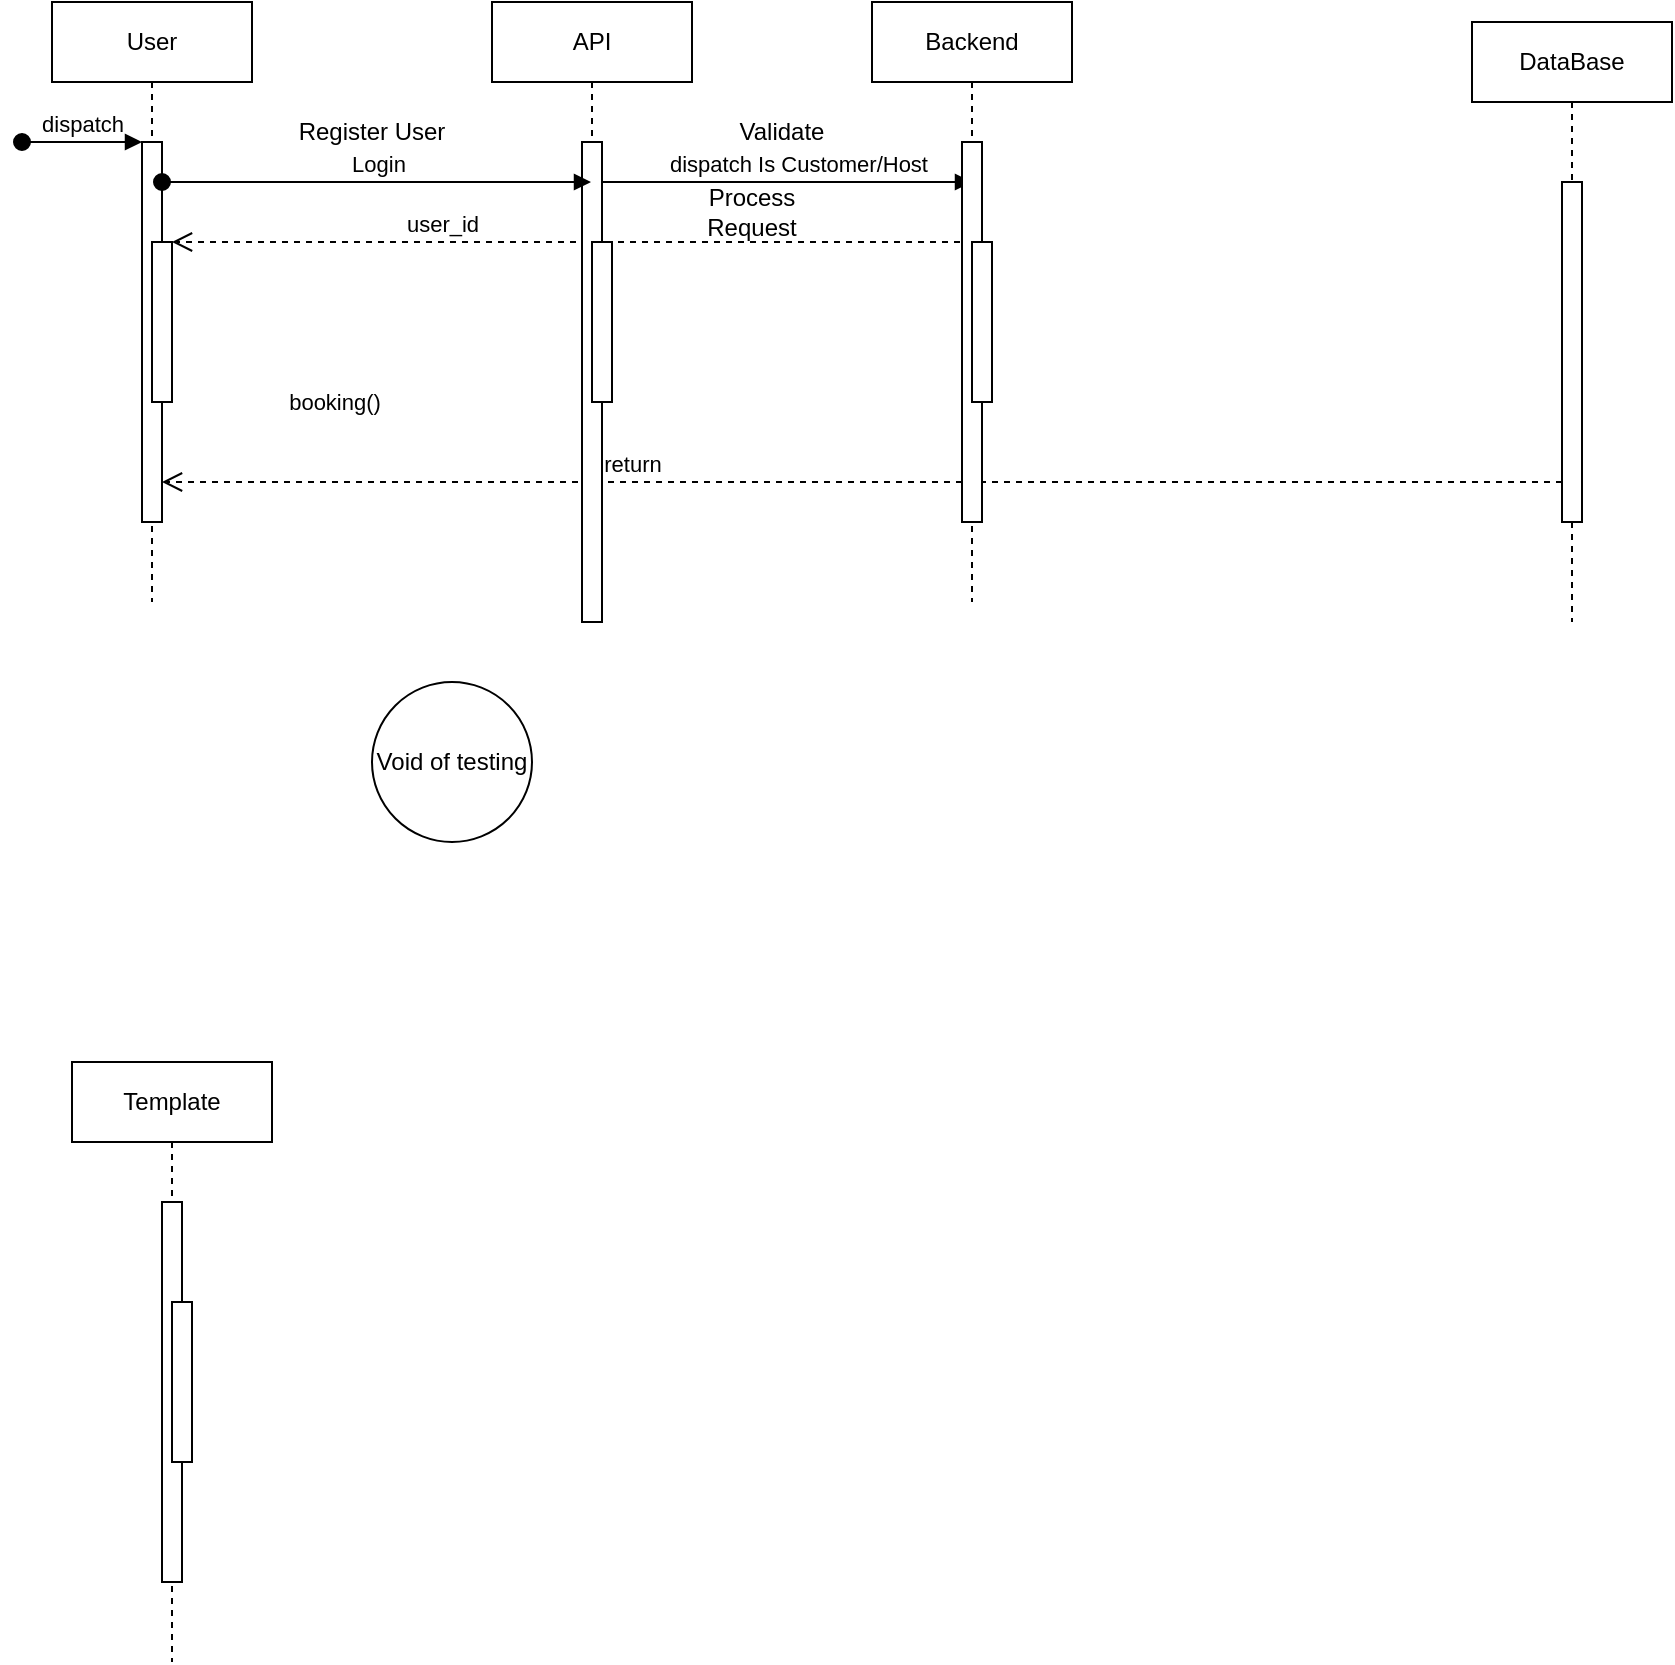
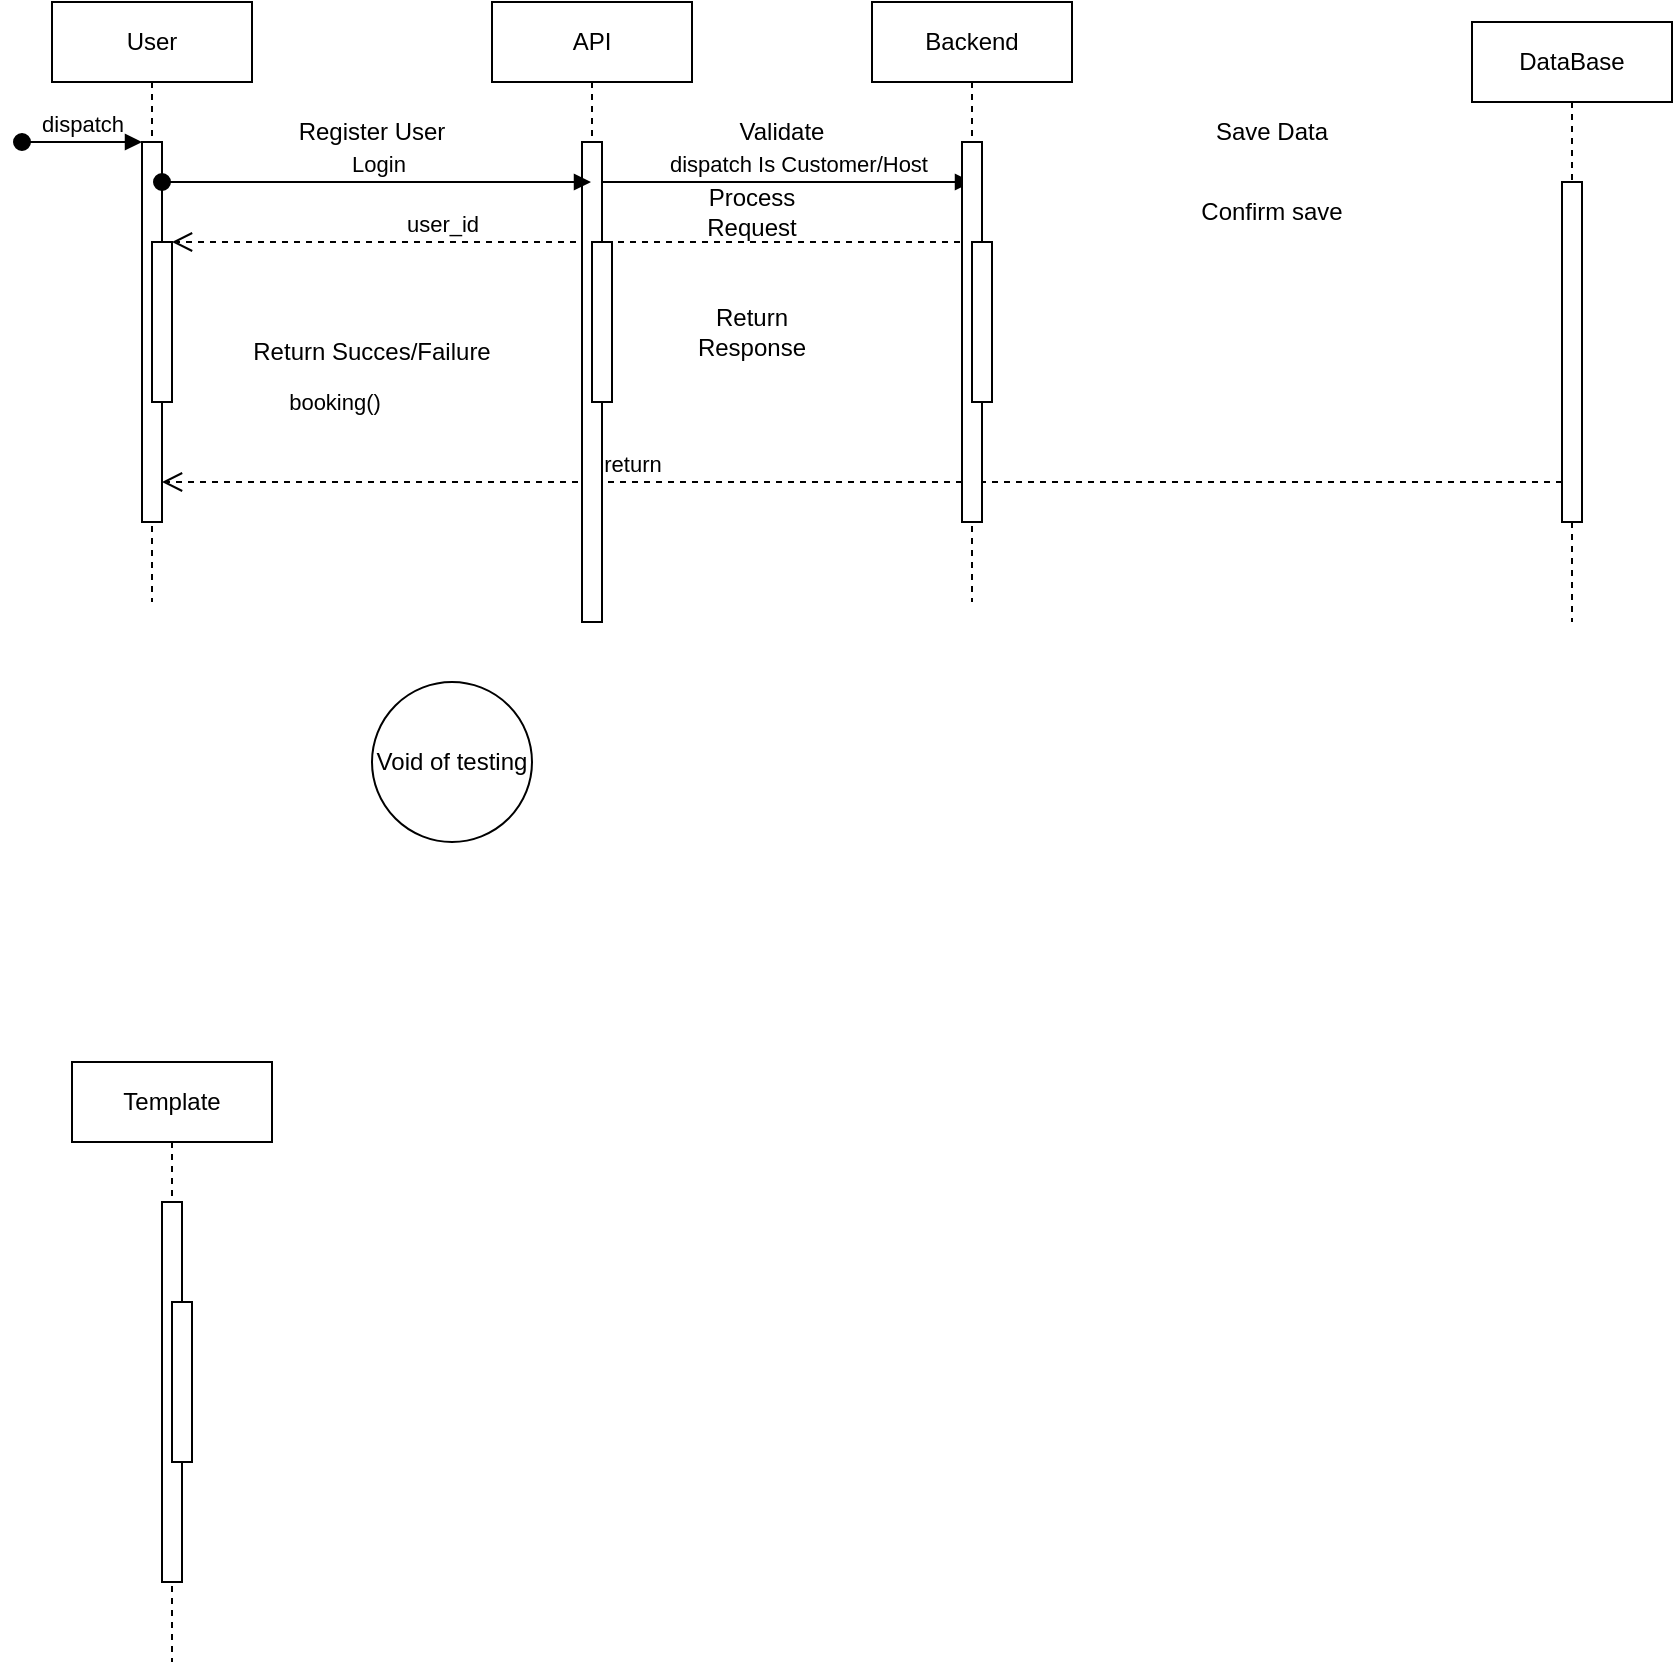
<mxfile host="app.diagrams.net" agent="5.0 (Macintosh; Intel Mac OS X 10_15_7) AppleWebKit/537.36 (KHTML, like Gecko) Chrome/109.0.0.0 Safari/537.36">
  <diagram name="Page-1" id="2YBvvXClWsGukQMizWep">
-     <mxGraphModel dx="601" dy="737" grid="1" gridSize="10" guides="1" tooltips="1" connect="1" arrows="1" fold="1" page="1" pageScale="1" pageWidth="850" pageHeight="1100" math="0" shadow="0">
+     <mxGraphModel dx="1090" dy="908" grid="1" gridSize="10" guides="1" tooltips="1" connect="1" arrows="1" fold="1" page="1" pageScale="1" pageWidth="850" pageHeight="1100" math="0" shadow="0">
      <root>
        <mxCell id="0" />
        <mxCell id="1" parent="0" />
        <mxCell id="aM9ryv3xv72pqoxQDRHE-1" parent="1" style="shape=umlLifeline;perimeter=lifelinePerimeter;whiteSpace=wrap;html=1;container=0;dropTarget=0;collapsible=0;recursiveResize=0;outlineConnect=0;portConstraint=eastwest;newEdgeStyle={&quot;edgeStyle&quot;:&quot;elbowEdgeStyle&quot;,&quot;elbow&quot;:&quot;vertical&quot;,&quot;curved&quot;:0,&quot;rounded&quot;:0};" value="User" vertex="1">
          <mxGeometry height="300" width="100" x="30" y="40" as="geometry" />
        </mxCell>
        <mxCell id="aM9ryv3xv72pqoxQDRHE-2" parent="aM9ryv3xv72pqoxQDRHE-1" style="html=1;points=[];perimeter=orthogonalPerimeter;outlineConnect=0;targetShapes=umlLifeline;portConstraint=eastwest;newEdgeStyle={&quot;edgeStyle&quot;:&quot;elbowEdgeStyle&quot;,&quot;elbow&quot;:&quot;vertical&quot;,&quot;curved&quot;:0,&quot;rounded&quot;:0};" value="" vertex="1">
          <mxGeometry height="190" width="10" x="45" y="70" as="geometry" />
        </mxCell>
        <mxCell id="aM9ryv3xv72pqoxQDRHE-3" edge="1" parent="aM9ryv3xv72pqoxQDRHE-1" style="html=1;verticalAlign=bottom;startArrow=oval;endArrow=block;startSize=8;edgeStyle=elbowEdgeStyle;elbow=vertical;curved=0;rounded=0;" target="aM9ryv3xv72pqoxQDRHE-2" value="dispatch">
          <mxGeometry relative="1" as="geometry">
            <mxPoint x="-15" y="70" as="sourcePoint" />
          </mxGeometry>
        </mxCell>
        <mxCell id="aM9ryv3xv72pqoxQDRHE-4" parent="aM9ryv3xv72pqoxQDRHE-1" style="html=1;points=[];perimeter=orthogonalPerimeter;outlineConnect=0;targetShapes=umlLifeline;portConstraint=eastwest;newEdgeStyle={&quot;edgeStyle&quot;:&quot;elbowEdgeStyle&quot;,&quot;elbow&quot;:&quot;vertical&quot;,&quot;curved&quot;:0,&quot;rounded&quot;:0};" value="" vertex="1">
          <mxGeometry height="80" width="10" x="50" y="120" as="geometry" />
        </mxCell>
        <mxCell id="aM9ryv3xv72pqoxQDRHE-5" parent="1" style="shape=umlLifeline;perimeter=lifelinePerimeter;whiteSpace=wrap;html=1;container=0;dropTarget=0;collapsible=0;recursiveResize=0;outlineConnect=0;portConstraint=eastwest;newEdgeStyle={&quot;edgeStyle&quot;:&quot;elbowEdgeStyle&quot;,&quot;elbow&quot;:&quot;vertical&quot;,&quot;curved&quot;:0,&quot;rounded&quot;:0};" value="DataBase" vertex="1">
          <mxGeometry height="300" width="100" x="740" y="50" as="geometry" />
        </mxCell>
        <mxCell id="aM9ryv3xv72pqoxQDRHE-6" parent="aM9ryv3xv72pqoxQDRHE-5" style="html=1;points=[];perimeter=orthogonalPerimeter;outlineConnect=0;targetShapes=umlLifeline;portConstraint=eastwest;newEdgeStyle={&quot;edgeStyle&quot;:&quot;elbowEdgeStyle&quot;,&quot;elbow&quot;:&quot;vertical&quot;,&quot;curved&quot;:0,&quot;rounded&quot;:0};" value="" vertex="1">
          <mxGeometry height="170" width="10" x="45" y="80" as="geometry" />
        </mxCell>
        <mxCell id="aM9ryv3xv72pqoxQDRHE-7" edge="1" parent="1" source="7Z1T8ZwHcXeBXznP6D7j-6" style="html=1;verticalAlign=bottom;endArrow=block;edgeStyle=elbowEdgeStyle;elbow=vertical;curved=0;rounded=0;entryX=0.5;entryY=0.105;entryDx=0;entryDy=0;entryPerimeter=0;" target="7Z1T8ZwHcXeBXznP6D7j-10" value="dispatch Is Customer/Host">
          <mxGeometry relative="1" x="0.0616" as="geometry">
            <mxPoint as="offset" />
            <Array as="points">
              <mxPoint x="440" y="130" />
            </Array>
            <mxPoint x="195" y="130" as="sourcePoint" />
            <mxPoint x="480" y="130" as="targetPoint" />
          </mxGeometry>
        </mxCell>
        <mxCell id="SUudZ_YsPv13DbzPBlVf-1" connectable="0" parent="aM9ryv3xv72pqoxQDRHE-7" style="edgeLabel;html=1;align=center;verticalAlign=middle;resizable=0;points=[];" value="booking()" vertex="1">
          <mxGeometry relative="1" x="-0.6283" y="3" as="geometry">
            <mxPoint x="-169" y="113" as="offset" />
          </mxGeometry>
        </mxCell>
        <mxCell id="aM9ryv3xv72pqoxQDRHE-8" edge="1" parent="1" source="aM9ryv3xv72pqoxQDRHE-6" style="html=1;verticalAlign=bottom;endArrow=open;dashed=1;endSize=8;edgeStyle=elbowEdgeStyle;elbow=vertical;curved=0;rounded=0;" target="aM9ryv3xv72pqoxQDRHE-2" value="return">
          <mxGeometry relative="1" x="0.3286" as="geometry">
            <mxPoint as="offset" />
            <Array as="points">
              <mxPoint x="190" y="280" />
            </Array>
            <mxPoint x="195" y="205" as="targetPoint" />
          </mxGeometry>
        </mxCell>
        <mxCell id="aM9ryv3xv72pqoxQDRHE-10" edge="1" parent="1" source="7Z1T8ZwHcXeBXznP6D7j-11" style="html=1;verticalAlign=bottom;endArrow=open;dashed=1;endSize=8;edgeStyle=elbowEdgeStyle;elbow=vertical;curved=0;rounded=0;" target="aM9ryv3xv72pqoxQDRHE-4" value="user_id">
          <mxGeometry relative="1" x="0.325" as="geometry">
            <mxPoint as="offset" />
            <Array as="points">
              <mxPoint x="450" y="160" />
            </Array>
            <mxPoint x="550" y="160" as="sourcePoint" />
            <mxPoint x="140" y="160" as="targetPoint" />
          </mxGeometry>
        </mxCell>
        <mxCell id="7Z1T8ZwHcXeBXznP6D7j-5" parent="1" style="shape=umlLifeline;perimeter=lifelinePerimeter;whiteSpace=wrap;html=1;container=0;dropTarget=0;collapsible=0;recursiveResize=0;outlineConnect=0;portConstraint=eastwest;newEdgeStyle={&quot;edgeStyle&quot;:&quot;elbowEdgeStyle&quot;,&quot;elbow&quot;:&quot;vertical&quot;,&quot;curved&quot;:0,&quot;rounded&quot;:0};" value="API" vertex="1">
          <mxGeometry height="300" width="100" x="250" y="40" as="geometry" />
        </mxCell>
        <mxCell id="7Z1T8ZwHcXeBXznP6D7j-6" parent="7Z1T8ZwHcXeBXznP6D7j-5" style="html=1;points=[];perimeter=orthogonalPerimeter;outlineConnect=0;targetShapes=umlLifeline;portConstraint=eastwest;newEdgeStyle={&quot;edgeStyle&quot;:&quot;elbowEdgeStyle&quot;,&quot;elbow&quot;:&quot;vertical&quot;,&quot;curved&quot;:0,&quot;rounded&quot;:0};" value="" vertex="1">
          <mxGeometry height="240" width="10" x="45" y="70" as="geometry" />
        </mxCell>
        <mxCell id="7Z1T8ZwHcXeBXznP6D7j-8" parent="7Z1T8ZwHcXeBXznP6D7j-5" style="html=1;points=[];perimeter=orthogonalPerimeter;outlineConnect=0;targetShapes=umlLifeline;portConstraint=eastwest;newEdgeStyle={&quot;edgeStyle&quot;:&quot;elbowEdgeStyle&quot;,&quot;elbow&quot;:&quot;vertical&quot;,&quot;curved&quot;:0,&quot;rounded&quot;:0};" value="" vertex="1">
          <mxGeometry height="80" width="10" x="50" y="120" as="geometry" />
        </mxCell>
        <mxCell id="7Z1T8ZwHcXeBXznP6D7j-9" parent="1" style="shape=umlLifeline;perimeter=lifelinePerimeter;whiteSpace=wrap;html=1;container=0;dropTarget=0;collapsible=0;recursiveResize=0;outlineConnect=0;portConstraint=eastwest;newEdgeStyle={&quot;edgeStyle&quot;:&quot;elbowEdgeStyle&quot;,&quot;elbow&quot;:&quot;vertical&quot;,&quot;curved&quot;:0,&quot;rounded&quot;:0};" value="&lt;div&gt;Backend&lt;/div&gt;" vertex="1">
          <mxGeometry height="300" width="100" x="440" y="40" as="geometry" />
        </mxCell>
        <mxCell id="7Z1T8ZwHcXeBXznP6D7j-10" parent="7Z1T8ZwHcXeBXznP6D7j-9" style="html=1;points=[];perimeter=orthogonalPerimeter;outlineConnect=0;targetShapes=umlLifeline;portConstraint=eastwest;newEdgeStyle={&quot;edgeStyle&quot;:&quot;elbowEdgeStyle&quot;,&quot;elbow&quot;:&quot;vertical&quot;,&quot;curved&quot;:0,&quot;rounded&quot;:0};" value="" vertex="1">
          <mxGeometry height="190" width="10" x="45" y="70" as="geometry" />
        </mxCell>
        <mxCell id="7Z1T8ZwHcXeBXznP6D7j-11" parent="7Z1T8ZwHcXeBXznP6D7j-9" style="html=1;points=[];perimeter=orthogonalPerimeter;outlineConnect=0;targetShapes=umlLifeline;portConstraint=eastwest;newEdgeStyle={&quot;edgeStyle&quot;:&quot;elbowEdgeStyle&quot;,&quot;elbow&quot;:&quot;vertical&quot;,&quot;curved&quot;:0,&quot;rounded&quot;:0};" value="" vertex="1">
          <mxGeometry height="80" width="10" x="50" y="120" as="geometry" />
        </mxCell>
        <mxCell id="7Z1T8ZwHcXeBXznP6D7j-12" parent="1" style="shape=umlLifeline;perimeter=lifelinePerimeter;whiteSpace=wrap;html=1;container=0;dropTarget=0;collapsible=0;recursiveResize=0;outlineConnect=0;portConstraint=eastwest;newEdgeStyle={&quot;edgeStyle&quot;:&quot;elbowEdgeStyle&quot;,&quot;elbow&quot;:&quot;vertical&quot;,&quot;curved&quot;:0,&quot;rounded&quot;:0};" value="Template" vertex="1">
          <mxGeometry height="300" width="100" x="40" y="570" as="geometry" />
        </mxCell>
        <mxCell id="7Z1T8ZwHcXeBXznP6D7j-13" parent="7Z1T8ZwHcXeBXznP6D7j-12" style="html=1;points=[];perimeter=orthogonalPerimeter;outlineConnect=0;targetShapes=umlLifeline;portConstraint=eastwest;newEdgeStyle={&quot;edgeStyle&quot;:&quot;elbowEdgeStyle&quot;,&quot;elbow&quot;:&quot;vertical&quot;,&quot;curved&quot;:0,&quot;rounded&quot;:0};" value="" vertex="1">
          <mxGeometry height="190" width="10" x="45" y="70" as="geometry" />
        </mxCell>
        <mxCell id="7Z1T8ZwHcXeBXznP6D7j-14" parent="7Z1T8ZwHcXeBXznP6D7j-12" style="html=1;points=[];perimeter=orthogonalPerimeter;outlineConnect=0;targetShapes=umlLifeline;portConstraint=eastwest;newEdgeStyle={&quot;edgeStyle&quot;:&quot;elbowEdgeStyle&quot;,&quot;elbow&quot;:&quot;vertical&quot;,&quot;curved&quot;:0,&quot;rounded&quot;:0};" value="" vertex="1">
          <mxGeometry height="80" width="10" x="50" y="120" as="geometry" />
        </mxCell>
        <mxCell id="7Z1T8ZwHcXeBXznP6D7j-18" edge="1" parent="1" style="html=1;verticalAlign=bottom;startArrow=oval;endArrow=block;startSize=8;edgeStyle=elbowEdgeStyle;elbow=vertical;curved=0;rounded=0;" target="7Z1T8ZwHcXeBXznP6D7j-5" value="Login">
          <mxGeometry relative="1" as="geometry">
            <mxPoint x="85" y="130" as="sourcePoint" />
            <mxPoint x="150" y="130" as="targetPoint" />
          </mxGeometry>
        </mxCell>
        <mxCell id="D9VVy2PClrj1YHKQl20F-1" parent="1" style="text;html=1;whiteSpace=wrap;strokeColor=none;fillColor=none;align=center;verticalAlign=middle;rounded=0;" value="Register User" vertex="1">
          <mxGeometry height="30" width="100" x="140" y="90" as="geometry" />
        </mxCell>
        <mxCell id="D9VVy2PClrj1YHKQl20F-2" parent="1" style="text;html=1;whiteSpace=wrap;strokeColor=none;fillColor=none;align=center;verticalAlign=middle;rounded=0;" value="Validate" vertex="1">
          <mxGeometry height="30" width="60" x="365" y="90" as="geometry" />
        </mxCell>
        <mxCell id="D9VVy2PClrj1YHKQl20F-3" parent="1" style="text;html=1;whiteSpace=wrap;strokeColor=none;fillColor=none;align=center;verticalAlign=middle;rounded=0;" value="Process Request" vertex="1">
          <mxGeometry height="30" width="60" x="350" y="130" as="geometry" />
        </mxCell>
+         <mxCell id="I_nbtK1dwFWHWanF6EMp-1" parent="1" style="text;html=1;whiteSpace=wrap;strokeColor=none;fillColor=none;align=center;verticalAlign=middle;rounded=0;" value="Save Data" vertex="1">
+           <mxGeometry height="30" width="60" x="610" y="90" as="geometry" />
+         </mxCell>
        <mxCell id="7Z1T8ZwHcXeBXznP6D7j-19" parent="1" style="ellipse;whiteSpace=wrap;html=1;aspect=fixed;" value="Void of testing" vertex="1">
          <mxGeometry height="80" width="80" x="190" y="380" as="geometry" />
+         </mxCell>
+         <mxCell id="I_nbtK1dwFWHWanF6EMp-2" parent="1" style="text;html=1;whiteSpace=wrap;strokeColor=none;fillColor=none;align=center;verticalAlign=middle;rounded=0;" value="Confirm save" vertex="1">
+           <mxGeometry height="30" width="80" x="600" y="130" as="geometry" />
+         </mxCell>
+         <mxCell id="I_nbtK1dwFWHWanF6EMp-3" parent="1" style="text;html=1;whiteSpace=wrap;strokeColor=none;fillColor=none;align=center;verticalAlign=middle;rounded=0;" value="Return Response" vertex="1">
+           <mxGeometry height="30" width="60" x="350" y="190" as="geometry" />
+         </mxCell>
+         <mxCell id="I_nbtK1dwFWHWanF6EMp-4" parent="1" style="text;html=1;whiteSpace=wrap;strokeColor=none;fillColor=none;align=center;verticalAlign=middle;rounded=0;" value="Return Succes/Failure" vertex="1">
+           <mxGeometry height="30" width="140" x="120" y="200" as="geometry" />
        </mxCell>
      </root>
    </mxGraphModel>
  </diagram>
</mxfile>
